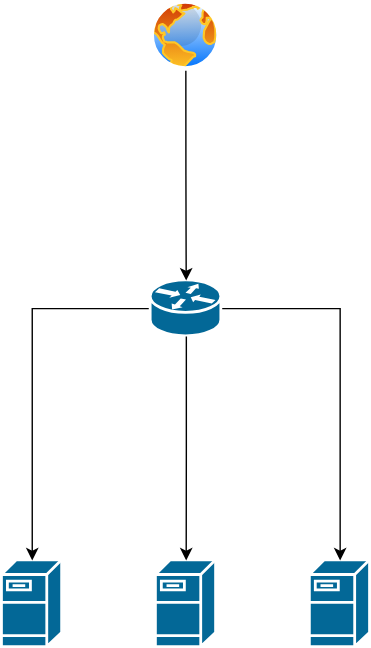
Before: diagram.svg, a diagram exported from draw.io (Vcampos12/Flow_Lyra). Source tidied: cells renumbered, new cells last; positions are measured from the earlier drawing's top-left corner, leaving out a move shared by most shapes.
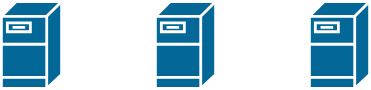
The same diagram one commit later.

Change to the diagram source:
```diff
@@ -11,23 +11,5 @@
     <mxCell id="4" style="strokeColor=#ffffff;sketch=0;html=1;dashed=0;fillColor=#036897;strokeWidth=2;verticalLabelPosition=bottom;verticalAlign=top;align=center;outlineConnect=0;shape=mxgraph.cisco.servers.fileserver;" parent="1" vertex="1">
       <mxGeometry x="220" y="400" width="43" height="62" as="geometry" />
     </mxCell>
-    <mxCell id="5" style="edgeStyle=orthogonalEdgeStyle;rounded=0;jettySize=auto;html=1;" parent="1" edge="1" source="7" target="4">
-      <mxGeometry relative="1" as="geometry" />
-    </mxCell>
-    <mxCell id="6" style="edgeStyle=orthogonalEdgeStyle;rounded=0;jettySize=auto;html=1;" parent="1" edge="1" source="7" target="2">
-      <mxGeometry relative="1" as="geometry" />
-    </mxCell>
-    <mxCell id="7" style="strokeColor=#ffffff;sketch=0;html=1;dashed=0;fillColor=#036897;strokeWidth=2;verticalLabelPosition=bottom;verticalAlign=top;align=center;outlineConnect=0;shape=mxgraph.cisco.routers.router;" parent="1" vertex="1">
-      <mxGeometry x="106.2" y="200" width="50.5" height="40" as="geometry" />
-    </mxCell>
-    <mxCell id="8" style="image;perimeter=ellipsePerimeter;html=1;align=center;shadow=0;dashed=0;spacingTop=3;image=img/lib/active_directory/internet_globe.svg;" parent="1" vertex="1">
-      <mxGeometry x="106.2" width="50" height="50" as="geometry" />
-    </mxCell>
-    <mxCell id="9" style="edgeStyle=orthogonalEdgeStyle;rounded=0;jettySize=auto;html=1;entryX=0.5;entryY=0;entryDx=0;entryDy=0;entryPerimeter=0;" parent="1" edge="1" source="8" target="7">
-      <mxGeometry relative="1" as="geometry" />
-    </mxCell>
-    <mxCell id="10" style="edgeStyle=orthogonalEdgeStyle;rounded=0;jettySize=auto;html=1;entryX=0.5;entryY=0;entryDx=0;entryDy=0;entryPerimeter=0;" parent="1" edge="1" source="7" target="3">
-      <mxGeometry relative="1" as="geometry" />
-    </mxCell>
   </root>
 </mxGraphModel>
```
